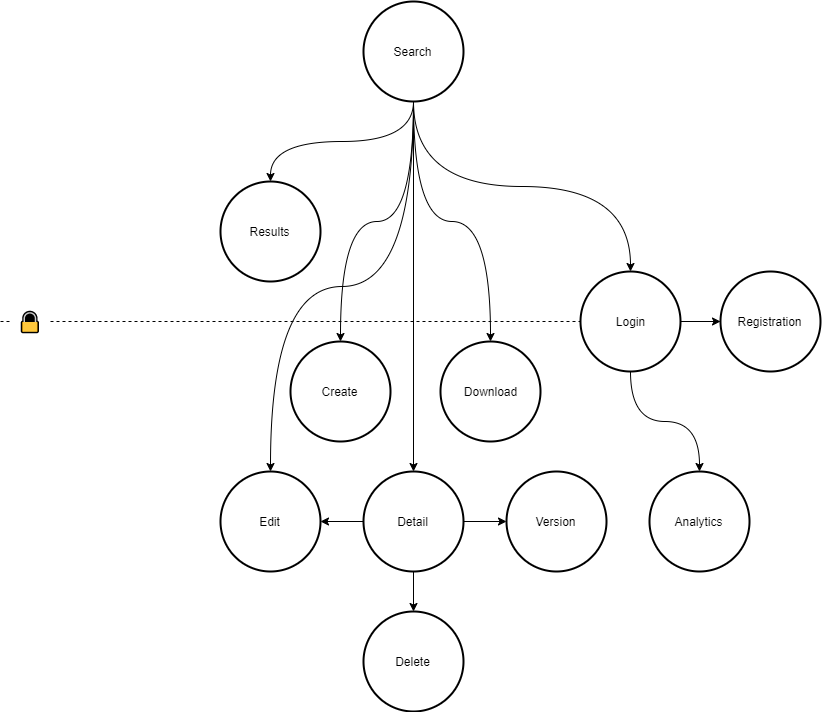
Earlier version of the draw.io export src/ui_flow.png (Skadisson/phoenix). Source tidied: cells renumbered, new cells last; positions are measured from the earlier drawing's top-left corner, leaving out a move shared by most shapes.
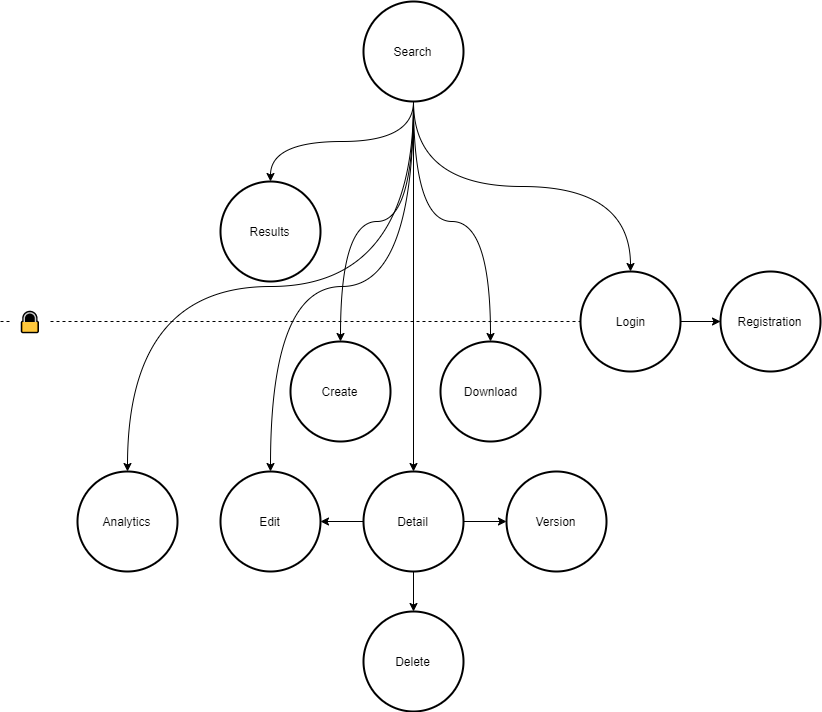
The same diagram one commit later.

What changed in the source:
```diff
@@ -33,7 +33,7 @@
     <mxCell id="10" value="Search" style="strokeWidth=2;html=1;shape=mxgraph.flowchart.start_2;whiteSpace=wrap;" parent="1" vertex="1">
       <mxGeometry x="363" width="100" height="100" as="geometry" />
     </mxCell>
-    <mxCell id="11" style="edgeStyle=orthogonalEdgeStyle;rounded=0;jettySize=auto;html=1;entryX=0.5;entryY=0;entryDx=0;entryDy=0;entryPerimeter=0;curved=1;" parent="1" edge="1" source="12" target="27">
+    <mxCell id="11" style="edgeStyle=orthogonalEdgeStyle;rounded=0;jettySize=auto;html=1;entryX=0.5;entryY=0;entryDx=0;entryDy=0;entryPerimeter=0;curved=1;exitX=0.5;exitY=1;exitDx=0;exitDy=0;exitPerimeter=0;" parent="1" edge="1" source="10" target="27">
       <mxGeometry relative="1" as="geometry" />
     </mxCell>
     <mxCell id="12" value="Login" style="strokeWidth=2;html=1;shape=mxgraph.flowchart.start_2;whiteSpace=wrap;" parent="1" vertex="1">
@@ -84,7 +84,7 @@
       <mxGeometry x="506" y="470" width="100" height="100" as="geometry" />
     </mxCell>
     <mxCell id="27" value="Analytics" style="strokeWidth=2;html=1;shape=mxgraph.flowchart.start_2;whiteSpace=wrap;" parent="1" vertex="1">
-      <mxGeometry x="649" y="470" width="100" height="100" as="geometry" />
+      <mxGeometry x="77" y="470" width="100" height="100" as="geometry" />
     </mxCell>
   </root>
 </mxGraphModel>
```
